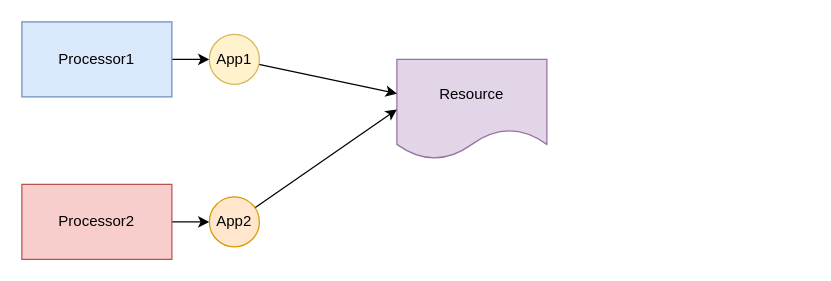
This is race-conditions.drawio from estraining/diagram-store, a draw.io file, before an edit. Source tidied: cells renumbered, new cells numbered last; positions are measured from the earlier drawing's top-left corner, leaving out a move shared by most shapes. Both pictures are drawn from the tidied source at 125%, with x=0, y=0 at pixel (21, 21).
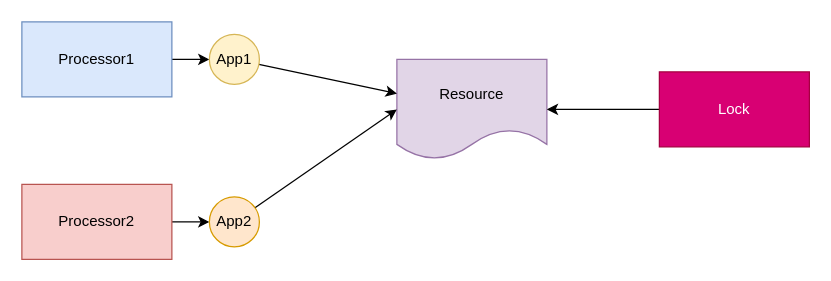
Above is the later version.

Change to the diagram source:
```diff
@@
 <mxGraphModel>
   <root>
     <mxCell id="0" />
     <mxCell id="1" parent="0" />
     <mxCell id="2" style="edgeStyle=none;rounded=0;jettySize=auto;html=1;entryX=0;entryY=0.5;entryDx=0;entryDy=0;" parent="1" edge="1" source="3" target="8">
       <mxGeometry relative="1" as="geometry" />
     </mxCell>
     <mxCell id="3" value="Processor1" style="rounded=0;whiteSpace=wrap;html=1;fillColor=#dae8fc;strokeColor=#6c8ebf;" parent="1" vertex="1">
       <mxGeometry width="120" height="60" as="geometry" />
     </mxCell>
     <mxCell id="4" style="edgeStyle=none;rounded=0;jettySize=auto;html=1;" parent="1" edge="1" source="5" target="10">
       <mxGeometry relative="1" as="geometry" />
     </mxCell>
     <mxCell id="5" value="Processor2" style="rounded=0;whiteSpace=wrap;html=1;fillColor=#f8cecc;strokeColor=#b85450;" parent="1" vertex="1">
       <mxGeometry y="130" width="120" height="60" as="geometry" />
     </mxCell>
     <mxCell id="6" value="Resource" style="shape=document;whiteSpace=wrap;html=1;boundedLbl=1;fillColor=#e1d5e7;strokeColor=#9673a6;" parent="1" vertex="1">
       <mxGeometry x="300" y="30" width="120" height="80" as="geometry" />
     </mxCell>
     <mxCell id="7" style="edgeStyle=none;rounded=0;jettySize=auto;html=1;" parent="1" edge="1" source="8" target="6">
       <mxGeometry relative="1" as="geometry" />
     </mxCell>
     <mxCell id="8" value="App1" style="ellipse;whiteSpace=wrap;html=1;fillColor=#fff2cc;strokeColor=#d6b656;" parent="1" vertex="1">
       <mxGeometry x="150" y="10" width="40" height="40" as="geometry" />
     </mxCell>
     <mxCell id="9" style="edgeStyle=none;rounded=0;jettySize=auto;html=1;entryX=0;entryY=0.5;entryDx=0;entryDy=0;" parent="1" edge="1" source="10" target="6">
       <mxGeometry relative="1" as="geometry" />
     </mxCell>
     <mxCell id="10" value="App2" style="ellipse;whiteSpace=wrap;html=1;fillColor=#ffe6cc;strokeColor=#d79b00;" parent="1" vertex="1">
       <mxGeometry x="150" y="140" width="40" height="40" as="geometry" />
     </mxCell>
+    <mxCell id="11" style="edgeStyle=orthogonalEdgeStyle;rounded=0;jettySize=auto;html=1;" parent="1" edge="1" source="12" target="6">
+      <mxGeometry relative="1" as="geometry" />
+    </mxCell>
+    <mxCell id="12" value="Lock" style="rounded=0;whiteSpace=wrap;html=1;fillColor=#d80073;strokeColor=#A50040;fontColor=#ffffff;" parent="1" vertex="1">
+      <mxGeometry x="510" y="40" width="120" height="60" as="geometry" />
+    </mxCell>
   </root>
 </mxGraphModel>
```
